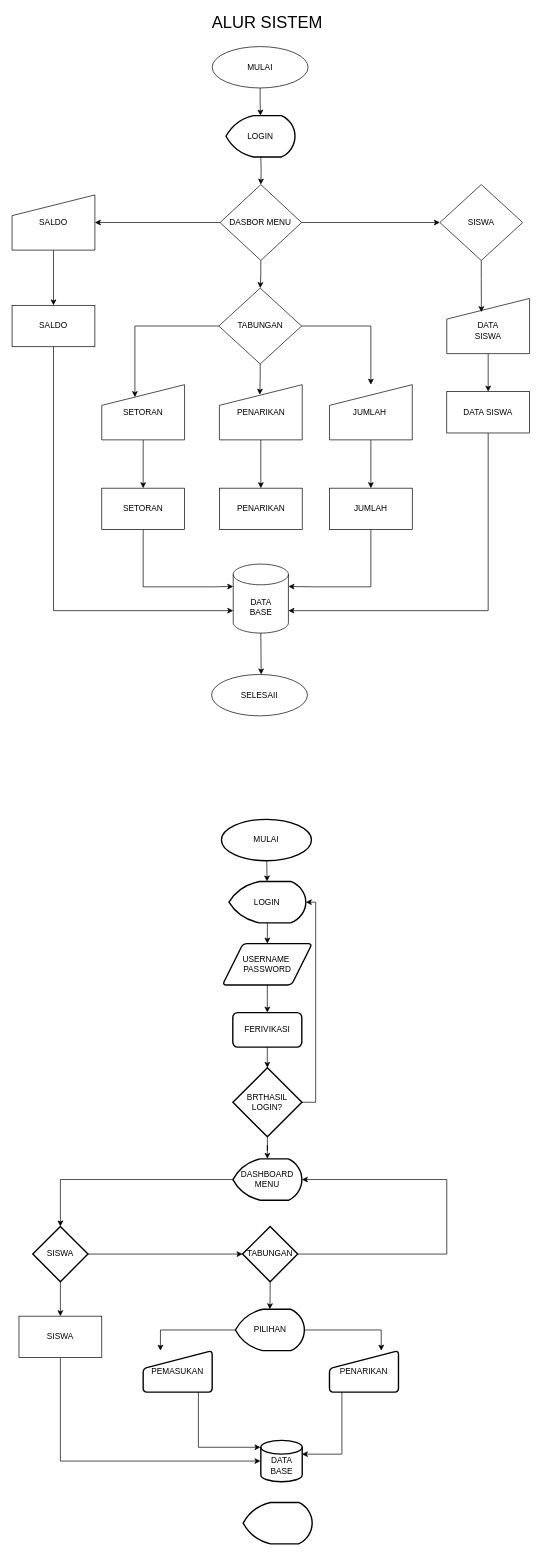
The draw.io diagram flowchartAlurSistem.drawio in titapuspitas/Tefa-Tabungan, before the edit. Source tidied: cells renumbered, new cells numbered last; positions are measured from the earlier drawing's top-left corner, leaving out a move shared by most shapes. Both pictures are drawn from the tidied source at 69%, with x=0, y=0 at pixel (12, 12).
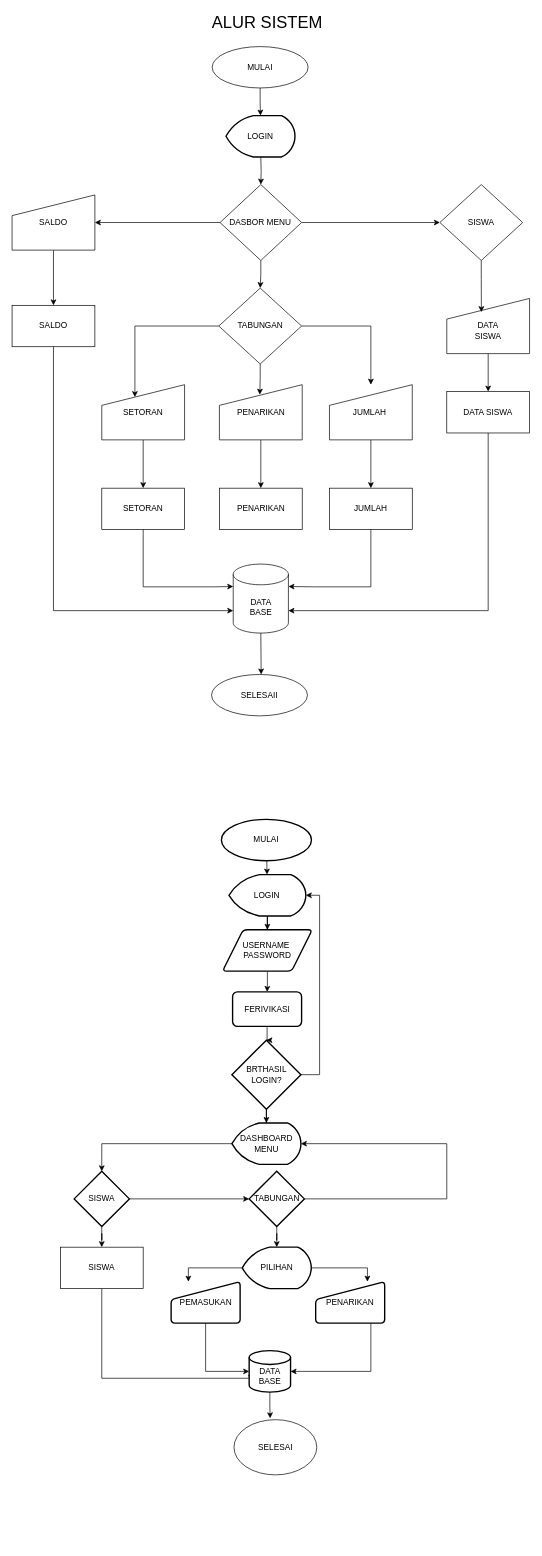
After the change.

Change to the diagram source:
```diff
@@
     <mxCell id="41" value="LOGIN" style="strokeWidth=2;html=1;shape=mxgraph.flowchart.display;whiteSpace=wrap;" parent="1" vertex="1">
-      <mxGeometry x="314.3" y="1260" width="111.4" height="60" as="geometry" />
+      <mxGeometry x="314.3" y="1250" width="111.4" height="60" as="geometry" />
     </mxCell>
@@
     <mxCell id="43" value="USERNAME&amp;nbsp;&lt;div&gt;PASSWORD&lt;/div&gt;" style="shape=parallelogram;html=1;strokeWidth=2;perimeter=parallelogramPerimeter;whiteSpace=wrap;rounded=1;arcSize=12;size=0.23;" parent="1" vertex="1">
-      <mxGeometry x="304.9" y="1350" width="130" height="60" as="geometry" />
+      <mxGeometry x="305" y="1330" width="130" height="60" as="geometry" />
     </mxCell>
     <mxCell id="44" value="FERIVIKASI" style="rounded=1;whiteSpace=wrap;html=1;absoluteArcSize=1;arcSize=14;strokeWidth=2;" parent="1" vertex="1">
-      <mxGeometry x="319.9" y="1450" width="100" height="50" as="geometry" />
+      <mxGeometry x="319.6" y="1420" width="100" height="50" as="geometry" />
     </mxCell>
     <mxCell id="45" value="BRTHASIL&lt;div&gt;LOGIN?&lt;/div&gt;" style="strokeWidth=2;html=1;shape=mxgraph.flowchart.decision;whiteSpace=wrap;" parent="1" vertex="1">
-      <mxGeometry x="320" y="1530" width="100" height="100" as="geometry" />
+      <mxGeometry x="318.6" y="1490" width="100" height="100" as="geometry" />
     </mxCell>
@@
     <mxCell id="51" value="DASHBOARD&lt;div&gt;MENU&lt;/div&gt;" style="strokeWidth=2;html=1;shape=mxgraph.flowchart.display;whiteSpace=wrap;" parent="1" vertex="1">
-      <mxGeometry x="320" y="1662" width="100" height="60" as="geometry" />
+      <mxGeometry x="318.6" y="1610" width="100" height="60" as="geometry" />
     </mxCell>
@@
     <mxCell id="55" value="SISWA" style="rhombus;whiteSpace=wrap;html=1;strokeWidth=2;" parent="1" vertex="1">
-      <mxGeometry x="30" y="1760" width="80" height="80" as="geometry" />
+      <mxGeometry x="90" y="1680" width="80" height="80" as="geometry" />
     </mxCell>
     <mxCell id="56" style="edgeStyle=orthogonalEdgeStyle;rounded=0;jettySize=auto;html=1;entryX=1;entryY=0.5;entryDx=0;entryDy=0;entryPerimeter=0;exitX=1;exitY=0.5;exitDx=0;exitDy=0;" parent="1" edge="1" source="58" target="51">
       <mxGeometry relative="1" as="geometry">
         <Array as="points">
-          <mxPoint x="630" y="1800" />
-          <mxPoint x="630" y="1692" />
+          <mxPoint x="630" y="1720" />
+          <mxPoint x="630" y="1640" />
         </Array>
       </mxGeometry>
     </mxCell>
@@
     <mxCell id="58" value="TABUNGAN" style="rhombus;whiteSpace=wrap;html=1;strokeWidth=2;" parent="1" vertex="1">
-      <mxGeometry x="334" y="1760" width="80" height="80" as="geometry" />
+      <mxGeometry x="343.6" y="1680" width="80" height="80" as="geometry" />
     </mxCell>
-    <mxCell id="59" style="edgeStyle=orthogonalEdgeStyle;rounded=0;jettySize=auto;html=1;" parent="1" edge="1" source="60">
-      <mxGeometry relative="1" as="geometry">
-        <mxPoint x="360" y="2100" as="targetPoint" />
-        <Array as="points">
-          <mxPoint x="70" y="2100" />
-        </Array>
-      </mxGeometry>
-    </mxCell>
+    <mxCell id="70" style="edgeStyle=orthogonalEdgeStyle;rounded=0;jettySize=auto;html=1;entryX=0.043;entryY=0.731;entryDx=0;entryDy=0;entryPerimeter=0;" parent="1" edge="1" source="60" target="65">
+      <mxGeometry relative="1" as="geometry">
+        <Array as="points">
+          <mxPoint x="130" y="1980" />
+          <mxPoint x="346" y="1980" />
+        </Array>
+      </mxGeometry>
+    </mxCell>
     <mxCell id="60" value="SISWA" style="rounded=0;whiteSpace=wrap;html=1;" parent="1" vertex="1">
-      <mxGeometry x="10" y="1890" width="120" height="60" as="geometry" />
+      <mxGeometry x="70" y="1790" width="120" height="60" as="geometry" />
     </mxCell>
-    <mxCell id="61" style="edgeStyle=orthogonalEdgeStyle;rounded=0;jettySize=auto;html=1;" parent="1" edge="1" source="62">
-      <mxGeometry relative="1" as="geometry">
-        <mxPoint x="360" y="2080" as="targetPoint" />
-        <Array as="points">
-          <mxPoint x="270" y="2080" />
-        </Array>
-      </mxGeometry>
-    </mxCell>
+    <mxCell id="71" style="edgeStyle=orthogonalEdgeStyle;rounded=0;jettySize=auto;html=1;entryX=0;entryY=0.5;entryDx=0;entryDy=0;entryPerimeter=0;" parent="1" edge="1" source="62" target="65">
+      <mxGeometry relative="1" as="geometry">
+        <Array as="points">
+          <mxPoint x="281" y="1970" />
+        </Array>
+      </mxGeometry>
+    </mxCell>
     <mxCell id="62" value="PEMASUKAN" style="html=1;strokeWidth=2;shape=manualInput;whiteSpace=wrap;rounded=1;size=26;arcSize=11;" parent="1" vertex="1">
-      <mxGeometry x="190" y="1940" width="100" height="60" as="geometry" />
+      <mxGeometry x="230.5" y="1840" width="100" height="60" as="geometry" />
     </mxCell>
-    <mxCell id="63" style="edgeStyle=orthogonalEdgeStyle;rounded=0;jettySize=auto;html=1;entryX=0.992;entryY=0.333;entryDx=0;entryDy=0;entryPerimeter=0;" parent="1" edge="1" source="64" target="65">
+    <mxCell id="63" style="edgeStyle=orthogonalEdgeStyle;rounded=0;jettySize=auto;html=1;entryX=1;entryY=0.5;entryDx=0;entryDy=0;entryPerimeter=0;" parent="1" edge="1" source="64" target="65">
       <mxGeometry relative="1" as="geometry">
         <Array as="points">
-          <mxPoint x="478" y="2090" />
+          <mxPoint x="520" y="1970" />
         </Array>
       </mxGeometry>
     </mxCell>
     <mxCell id="64" value="PENARIKAN" style="html=1;strokeWidth=2;shape=manualInput;whiteSpace=wrap;rounded=1;size=26;arcSize=11;" parent="1" vertex="1">
-      <mxGeometry x="460" y="1940" width="100" height="60" as="geometry" />
+      <mxGeometry x="440" y="1840" width="100" height="60" as="geometry" />
     </mxCell>
     <mxCell id="65" value="&lt;div&gt;&lt;br&gt;&lt;/div&gt;DATA&lt;div&gt;BASE&lt;/div&gt;" style="strokeWidth=2;html=1;shape=mxgraph.flowchart.database;whiteSpace=wrap;" parent="1" vertex="1">
-      <mxGeometry x="360.5" y="2070" width="60" height="60" as="geometry" />
+      <mxGeometry x="343.6" y="1940" width="60" height="60" as="geometry" />
     </mxCell>
@@
     <mxCell id="68" value="PILIHAN" style="strokeWidth=2;html=1;shape=mxgraph.flowchart.display;whiteSpace=wrap;" parent="1" vertex="1">
-      <mxGeometry x="323.6" y="1880" width="100" height="60" as="geometry" />
+      <mxGeometry x="333.6" y="1790" width="100" height="60" as="geometry" />
     </mxCell>
-    <mxCell id="69" style="strokeWidth=2;html=1;shape=mxgraph.flowchart.display;whiteSpace=wrap;" parent="1" vertex="1">
-      <mxGeometry x="334.9" y="2160" width="100" height="60" as="geometry" />
-    </mxCell>
+    <mxCell id="72" value="SELESAI" style="ellipse;whiteSpace=wrap;html=1;" parent="1" vertex="1">
+      <mxGeometry x="321.6" y="2040" width="120" height="80" as="geometry" />
+    </mxCell>
+    <mxCell id="73" style="edgeStyle=orthogonalEdgeStyle;rounded=0;jettySize=auto;html=1;entryX=0.437;entryY=-0.025;entryDx=0;entryDy=0;entryPerimeter=0;" parent="1" edge="1" source="65" target="72">
+      <mxGeometry relative="1" as="geometry" />
+    </mxCell>
```
